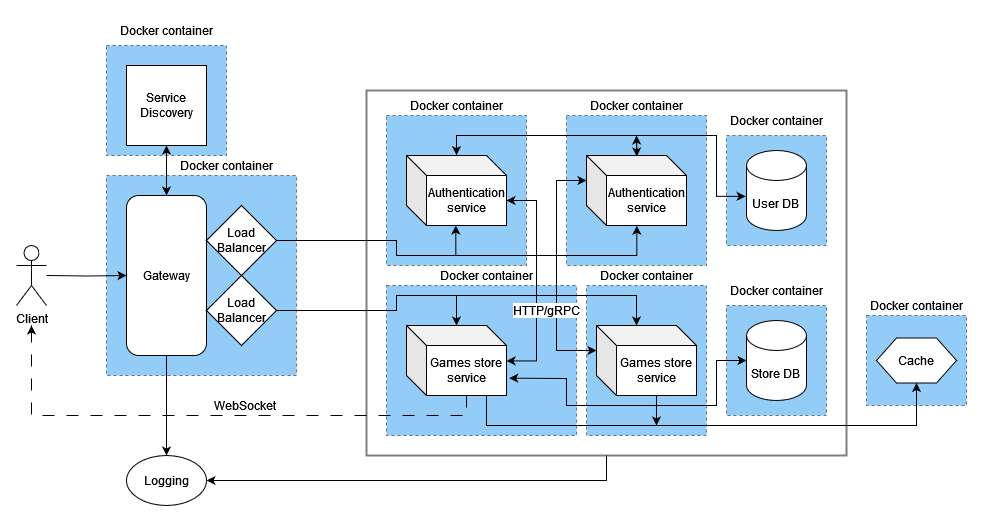
Syn4z/PAD-Labs keeps this draw.io diagram as utils/SystemArchitecture.png. Above is the earlier version. Source tidied: cells renumbered, new cells last; positions are measured from the earlier drawing's top-left corner, leaving out a move shared by most shapes.
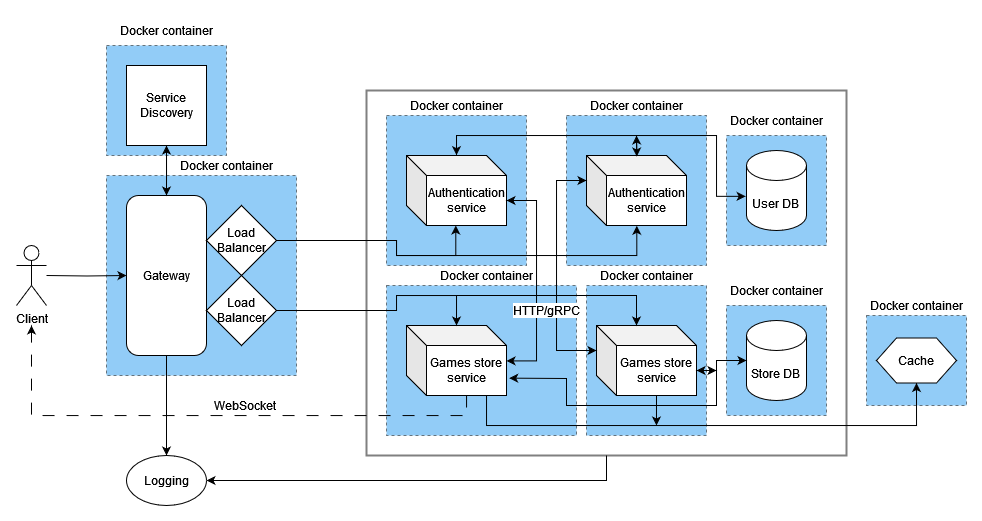
Later version of the same file.

Change to the diagram source:
```diff
@@ -205,6 +205,11 @@
         <mxPoint x="640" y="410" as="targetPoint" />
       </mxGeometry>
     </mxCell>
+    <mxCell id="57" style="edgeStyle=orthogonalEdgeStyle;rounded=0;jettySize=auto;html=1;exitX=0;exitY=0;exitDx=100;exitDy=45;exitPerimeter=0;fontFamily=Helvetica;fontSize=12;fontColor=default;" parent="1" edge="1" source="49">
+      <mxGeometry relative="1" as="geometry">
+        <mxPoint x="700" y="355" as="targetPoint" />
+      </mxGeometry>
+    </mxCell>
     <mxCell id="49" value="Games store service" style="shape=cube;whiteSpace=wrap;html=1;boundedLbl=1;backgroundOutline=1;darkOpacity=0.05;darkOpacity2=0.1;" parent="1" vertex="1">
       <mxGeometry x="580" y="310" width="100" height="70" as="geometry" />
     </mxCell>
@@ -252,5 +257,10 @@
         </Array>
       </mxGeometry>
     </mxCell>
+    <mxCell id="58" style="endArrow=classic;html=1;rounded=0;fontFamily=Helvetica;fontSize=12;fontColor=default;entryX=0;entryY=0;entryDx=100;entryDy=45;entryPerimeter=0;" parent="1" edge="1" target="49">
+      <mxGeometry relative="1" as="geometry">
+        <mxPoint x="700" y="355" as="sourcePoint" />
+      </mxGeometry>
+    </mxCell>
   </root>
 </mxGraphModel>
```
